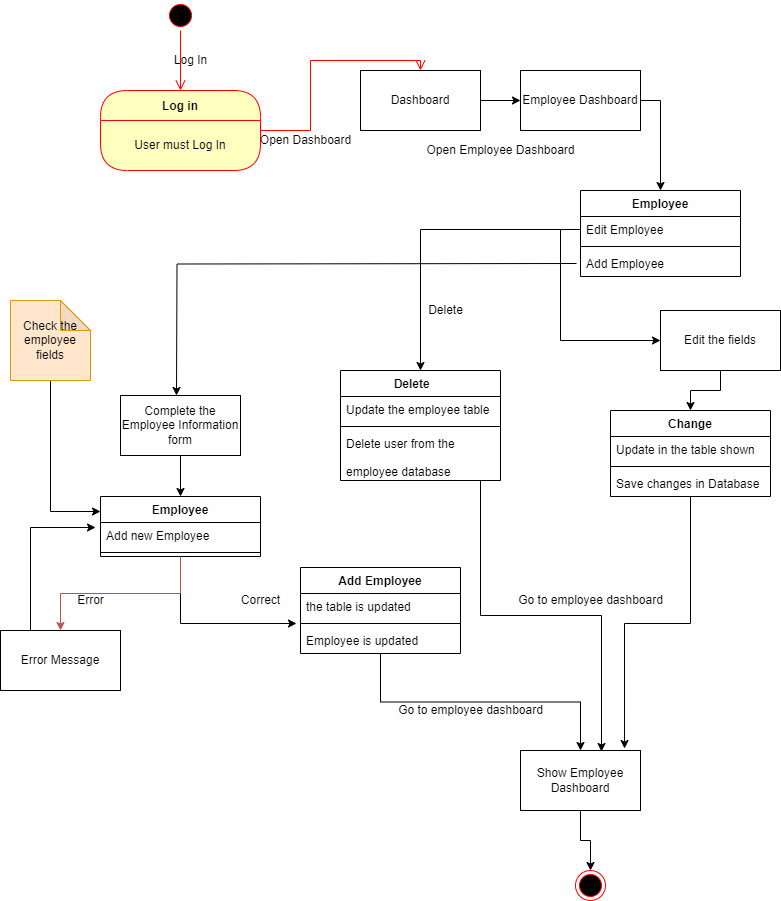
Arisa-Ndreu/test keeps this draw.io diagram as employeesState.drawio.png. Above is the earlier version. Source tidied: cells renumbered, new cells last; positions are measured from the earlier drawing's top-left corner, leaving out a move shared by most shapes.
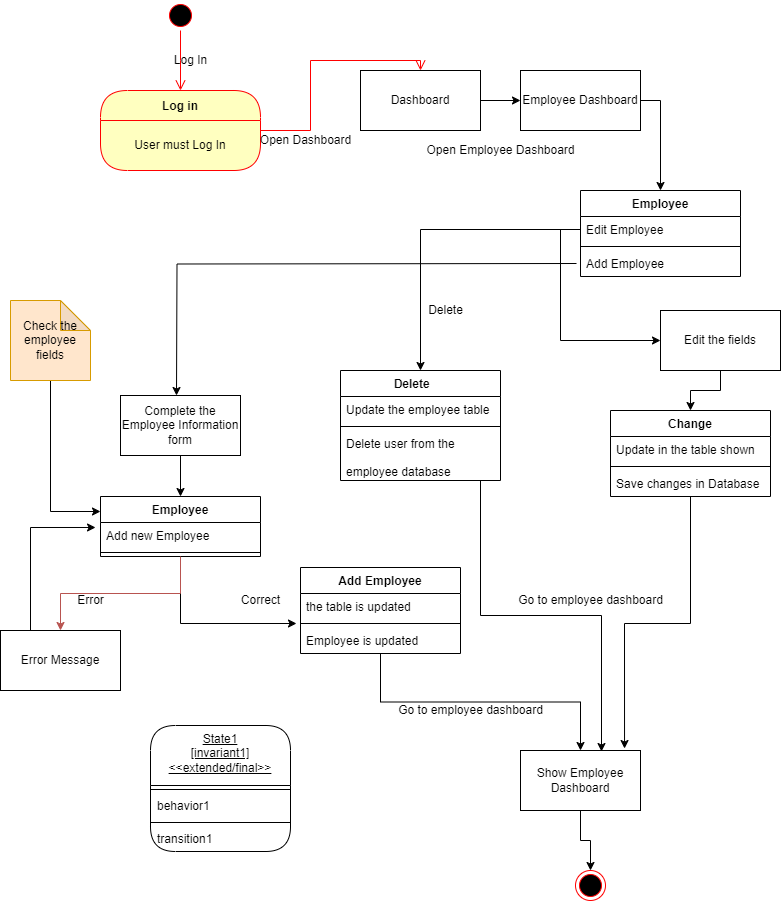
Above is the later version.

The edit, as a diff of the source:
```diff
@@ -178,5 +178,20 @@
     <mxCell id="56" style="edgeStyle=orthogonalEdgeStyle;rounded=0;jettySize=auto;html=1;exitX=0;exitY=0.5;exitDx=0;exitDy=0;entryX=0;entryY=0.5;entryDx=0;entryDy=0;" parent="1" edge="1" source="13" target="17">
       <mxGeometry relative="1" as="geometry" />
     </mxCell>
+    <mxCell id="57" value="State1&lt;br&gt;[invariant1]&lt;br&gt;&amp;lt;&amp;lt;extended/final&amp;gt;&amp;gt;" style="swimlane;fontStyle=4;align=center;verticalAlign=top;horizontal=1;startSize=60;html=1;rounded=1;absoluteArcSize=1;arcSize=50;whiteSpace=wrap;" parent="1" vertex="1">
+      <mxGeometry x="150" y="725" width="140" height="126" as="geometry" />
+    </mxCell>
+    <mxCell id="58" style="line;strokeWidth=1;fillColor=none;align=left;verticalAlign=middle;spacingTop=-1;spacingLeft=3;spacingRight=3;labelPosition=right;" parent="57" vertex="1">
+      <mxGeometry y="60" width="140" height="8" as="geometry" />
+    </mxCell>
+    <mxCell id="59" value="behavior1" style="fillColor=none;strokeColor=none;align=left;verticalAlign=middle;spacingLeft=5;whiteSpace=wrap;html=1;" parent="57" vertex="1">
+      <mxGeometry y="68" width="140" height="25" as="geometry" />
+    </mxCell>
+    <mxCell id="60" style="line;strokeWidth=1;fillColor=none;align=left;verticalAlign=middle;spacingTop=-1;spacingLeft=3;spacingRight=3;labelPosition=right;" parent="57" vertex="1">
+      <mxGeometry y="93" width="140" height="8" as="geometry" />
+    </mxCell>
+    <mxCell id="61" value="transition1" style="fillColor=none;strokeColor=none;align=left;verticalAlign=middle;spacingLeft=5;whiteSpace=wrap;html=1;" parent="57" vertex="1">
+      <mxGeometry y="101" width="140" height="25" as="geometry" />
+    </mxCell>
   </root>
 </mxGraphModel>
```
